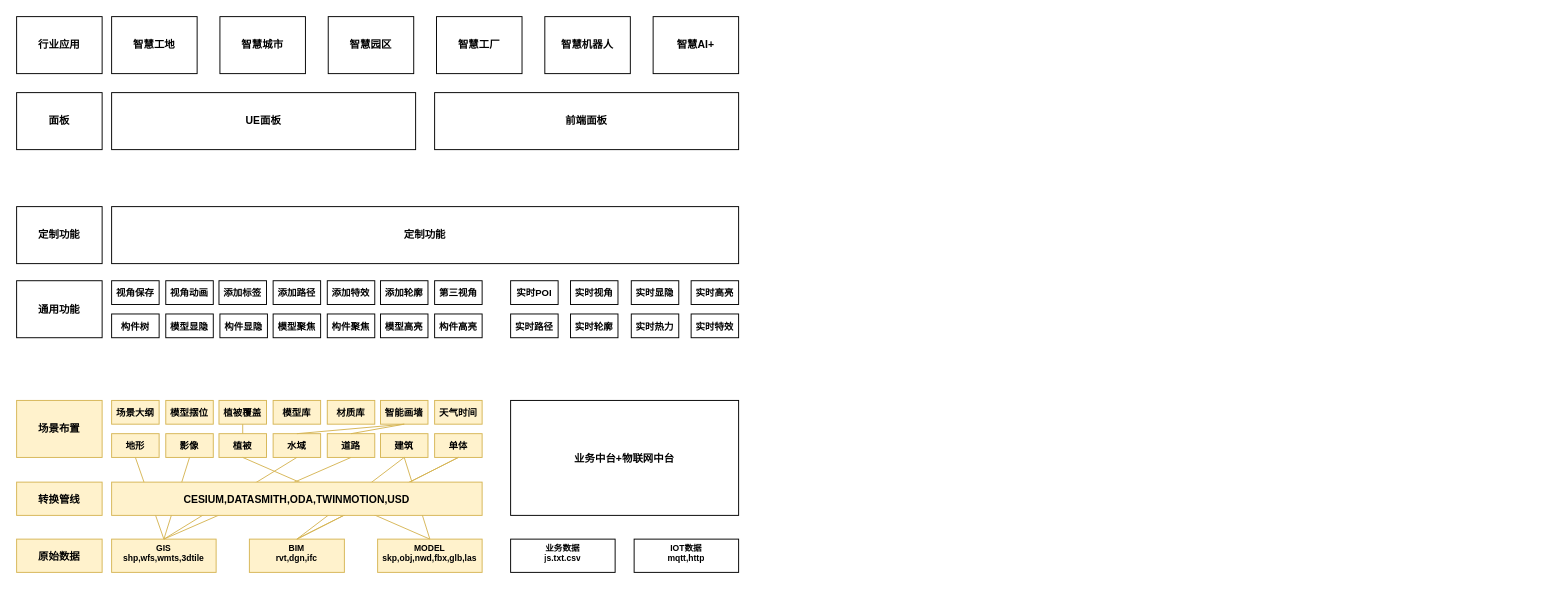
Elden-Niu/personal keeps this draw.io diagram as 未命名绘图.drawio. Above is the earlier version. Source tidied: cells renumbered, new cells numbered last; positions are measured from the earlier drawing's top-left corner, leaving out a move shared by most shapes. Both pictures are drawn from the tidied source at 95%, with x=0, y=0 at pixel (16, 16).
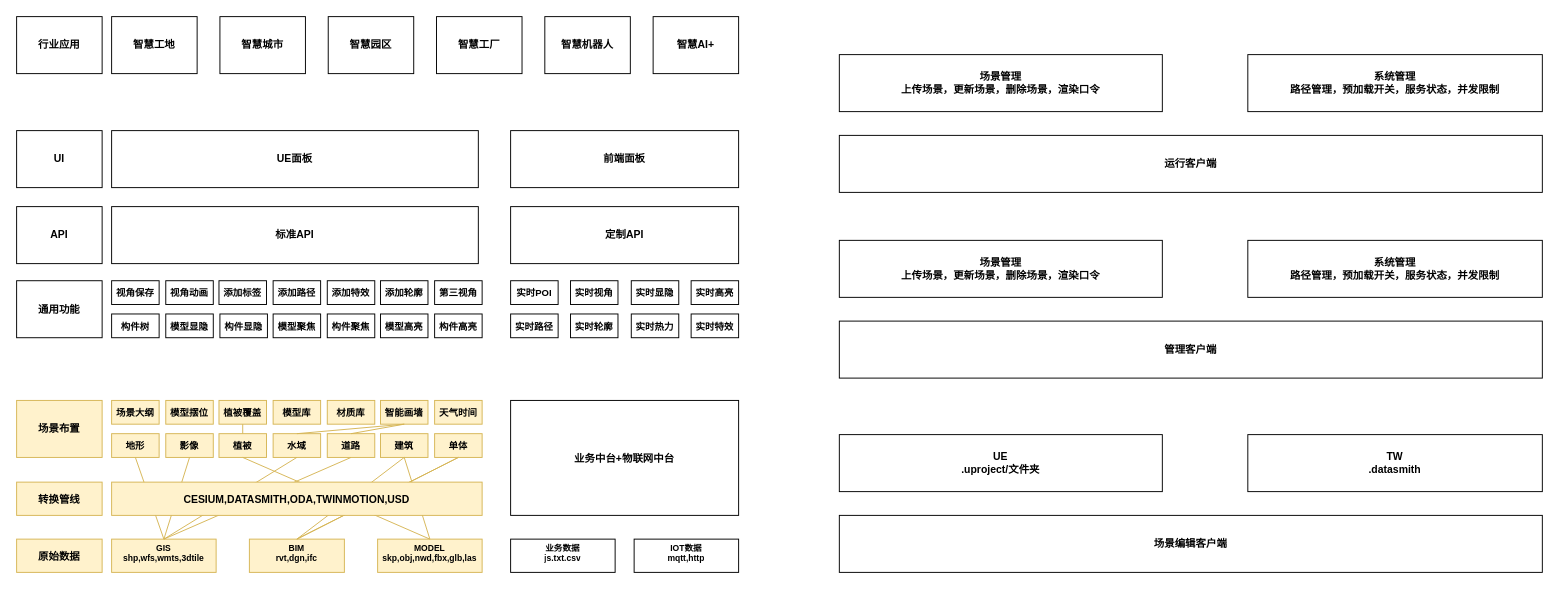
After the change.

Commit message:
更新未命名绘图.drawio

Diff of the diagram source:
```diff
@@
-    <mxCell id="61" value="面板" style="rounded=0;whiteSpace=wrap;fontSize=11;fontStyle=1;" parent="1" vertex="1">
-      <mxGeometry y="80" width="90" height="60" as="geometry" />
+    <mxCell id="61" value="UI" style="rounded=0;whiteSpace=wrap;fontSize=11;fontStyle=1;" parent="1" vertex="1">
+      <mxGeometry y="120" width="90" height="60" as="geometry" />
     </mxCell>
     <mxCell id="62" value="UE面板" style="rounded=0;whiteSpace=wrap;fontSize=11;fontStyle=1;" parent="1" vertex="1">
-      <mxGeometry x="100" y="80" width="320" height="60" as="geometry" />
+      <mxGeometry x="100" y="120" width="386" height="60" as="geometry" />
     </mxCell>
     <mxCell id="63" value="前端面板" style="rounded=0;whiteSpace=wrap;fontSize=11;fontStyle=1;" parent="1" vertex="1">
-      <mxGeometry x="440" y="80" width="320" height="60" as="geometry" />
+      <mxGeometry x="520" y="120" width="240" height="60" as="geometry" />
     </mxCell>
@@
-    <mxCell id="71" value="定制功能" style="rounded=0;whiteSpace=wrap;fontSize=11;fontStyle=1;" parent="1" vertex="1">
+    <mxCell id="71" value="API" style="rounded=0;whiteSpace=wrap;fontSize=11;fontStyle=1;" parent="1" vertex="1">
       <mxGeometry y="200" width="90" height="60" as="geometry" />
     </mxCell>
-    <mxCell id="72" value="定制功能" style="rounded=0;whiteSpace=wrap;fontSize=11;fontStyle=1;" parent="1" vertex="1">
-      <mxGeometry x="100" y="200" width="660" height="60" as="geometry" />
+    <mxCell id="72" value="标准API" style="rounded=0;whiteSpace=wrap;fontSize=11;fontStyle=1;" parent="1" vertex="1">
+      <mxGeometry x="100" y="200" width="386" height="60" as="geometry" />
     </mxCell>
+    <mxCell id="73" value="定制API" style="rounded=0;whiteSpace=wrap;fontSize=11;fontStyle=1;" parent="1" vertex="1">
+      <mxGeometry x="520" y="200" width="240" height="60" as="geometry" />
+    </mxCell>
+    <mxCell id="74" value="管理客户端" style="rounded=0;whiteSpace=wrap;fontSize=11;fontStyle=1;" parent="1" vertex="1">
+      <mxGeometry x="866" y="320.5" width="740" height="60" as="geometry" />
+    </mxCell>
+    <mxCell id="75" value="UE&#10;.uproject/文件夹" style="rounded=0;whiteSpace=wrap;fontSize=11;fontStyle=1;" parent="1" vertex="1">
+      <mxGeometry x="866" y="440" width="340" height="60" as="geometry" />
+    </mxCell>
+    <mxCell id="76" value="TW&#10;.datasmith" style="rounded=0;whiteSpace=wrap;fontSize=11;fontStyle=1;" parent="1" vertex="1">
+      <mxGeometry x="1296" y="440" width="310" height="60" as="geometry" />
+    </mxCell>
+    <mxCell id="77" value="场景编辑客户端" style="rounded=0;whiteSpace=wrap;fontSize=11;fontStyle=1;" parent="1" vertex="1">
+      <mxGeometry x="866" y="525" width="740" height="60" as="geometry" />
+    </mxCell>
+    <mxCell id="78" value="系统管理&#10;路径管理，预加载开关，服务状态，并发限制" style="rounded=0;whiteSpace=wrap;fontSize=11;fontStyle=1;" parent="1" vertex="1">
+      <mxGeometry x="1296" y="235.5" width="310" height="60" as="geometry" />
+    </mxCell>
+    <mxCell id="79" value="场景管理&#10;上传场景，更新场景，删除场景，渲染口令" style="rounded=0;whiteSpace=wrap;fontSize=11;fontStyle=1;" parent="1" vertex="1">
+      <mxGeometry x="866" y="235.5" width="340" height="60" as="geometry" />
+    </mxCell>
+    <mxCell id="80" value="运行客户端" style="rounded=0;whiteSpace=wrap;fontSize=11;fontStyle=1;" parent="1" vertex="1">
+      <mxGeometry x="866" y="125" width="740" height="60" as="geometry" />
+    </mxCell>
+    <mxCell id="81" value="系统管理&#10;路径管理，预加载开关，服务状态，并发限制" style="rounded=0;whiteSpace=wrap;fontSize=11;fontStyle=1;" parent="1" vertex="1">
+      <mxGeometry x="1296" y="40" width="310" height="60" as="geometry" />
+    </mxCell>
+    <mxCell id="82" value="场景管理&#10;上传场景，更新场景，删除场景，渲染口令" style="rounded=0;whiteSpace=wrap;fontSize=11;fontStyle=1;" parent="1" vertex="1">
+      <mxGeometry x="866" y="40" width="340" height="60" as="geometry" />
+    </mxCell>
```
